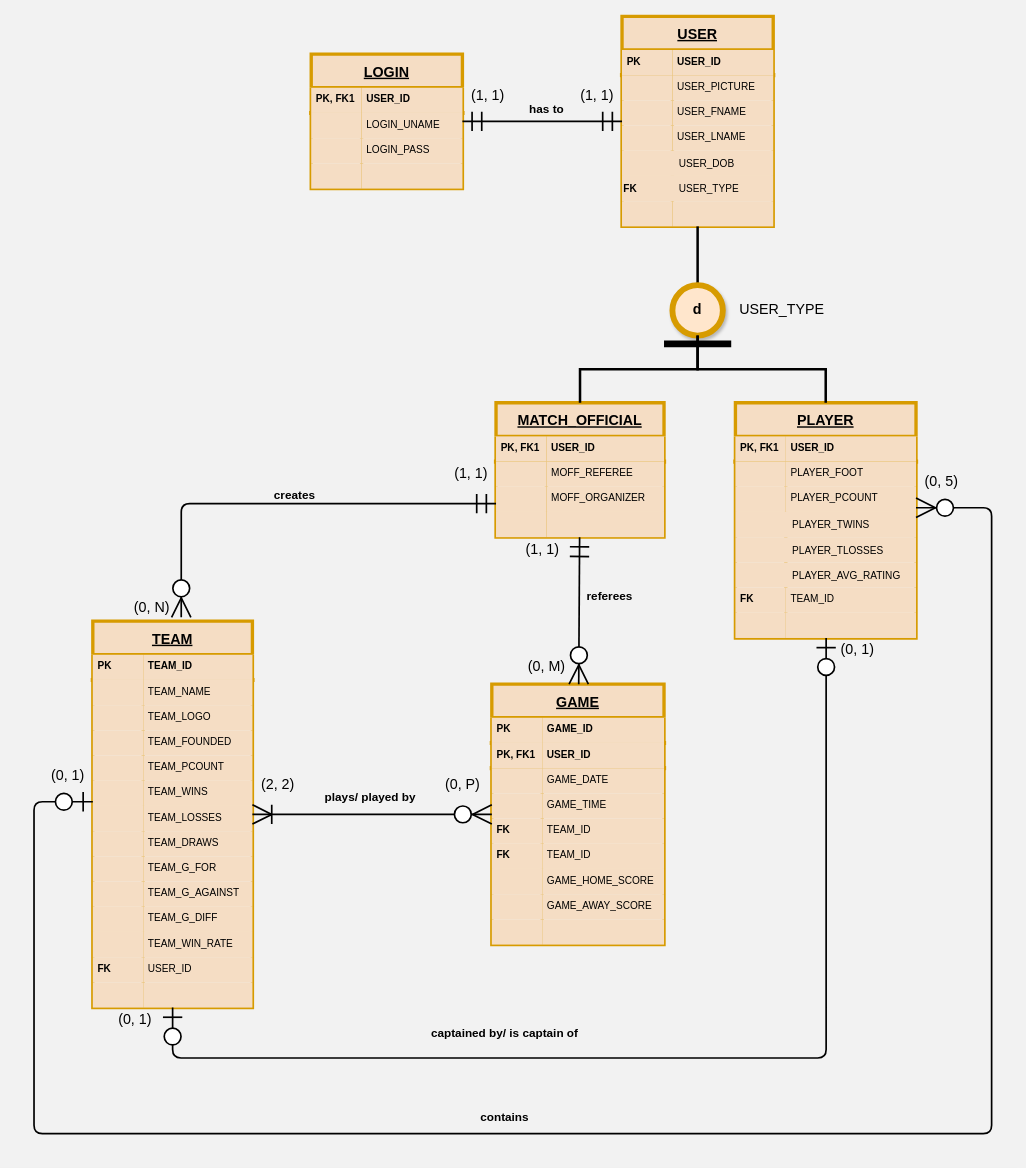
The draw.io diagram ASM ERD - 1st Draft.drawio in moose918/ASM, before the edit. Source tidied: cells renumbered, new cells numbered last; positions are measured from the earlier drawing's top-left corner, leaving out a move shared by most shapes. Both pictures are drawn from the tidied source at 84%, with x=0, y=0 at pixel (34, 16).
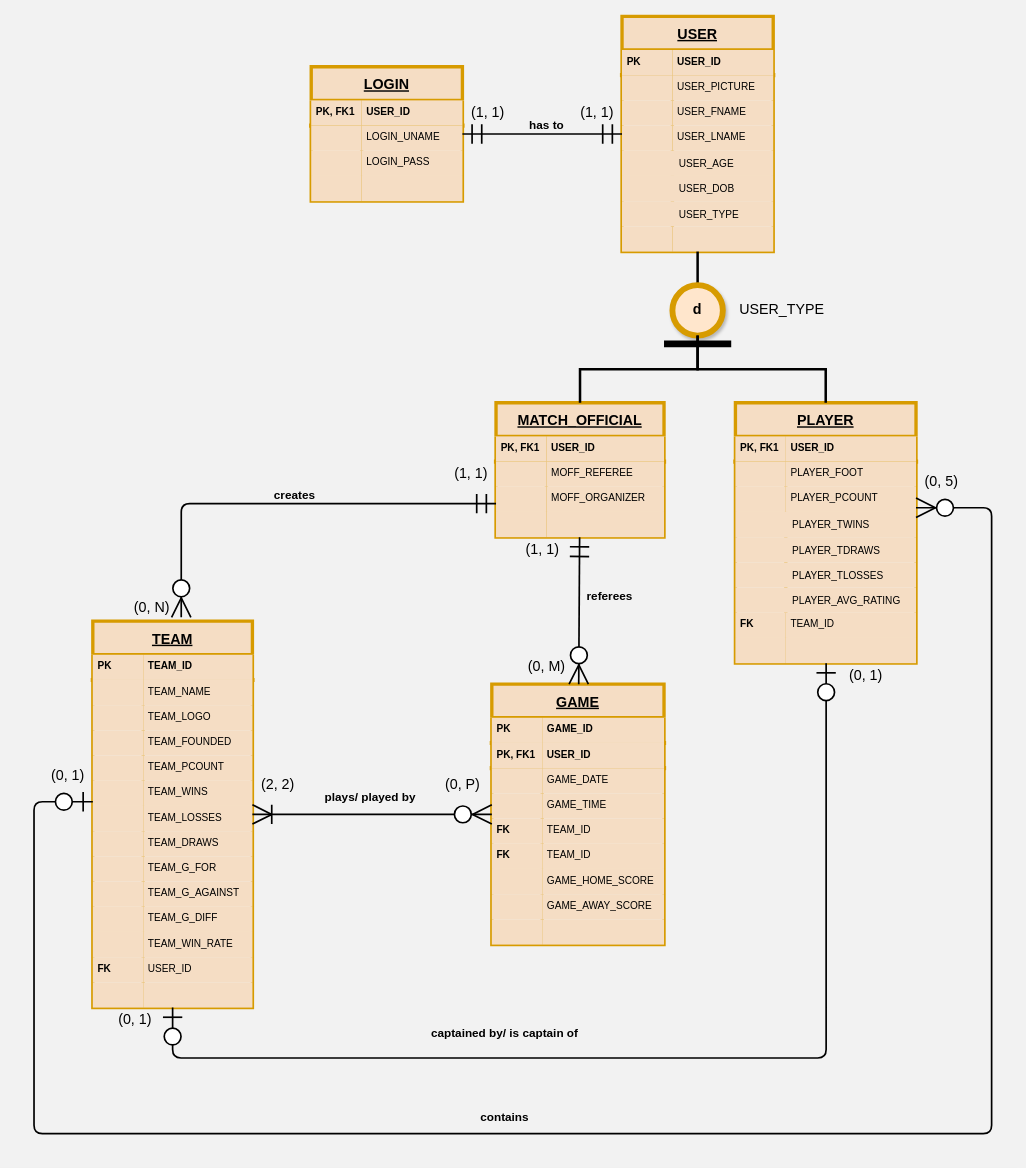
After the change.

Unchanged cells that the change refers to:
```xml
<mxCell id="2" style="group;" parent="1" vertex="1">
  <mxGeometry x="70" width="980" height="1220" as="geometry" />
</mxCell>
```

Change to the diagram source:
```diff
@@
     <mxCell id="3" value="LOGIN" style="shape=table;childLayout=tableLayout;rowLines=0;align=center;fontSize=17;fillColor=#F5DDC4;strokeColor=#d79b00;verticalAlign=middle;spacingLeft=4;spacingRight=4;fontStyle=5;strokeWidth=4;startSize=40;shadow=0;" parent="2" vertex="1">
-      <mxGeometry x="260" y="45" width="180" height="160" as="geometry" />
+      <mxGeometry x="260" y="60" width="180" height="160" as="geometry" />
     </mxCell>
@@
     <mxCell id="16" value="USER" style="shape=table;childLayout=tableLayout;rowLines=0;align=center;fontSize=17;fillColor=#F5DDC4;strokeColor=#d79b00;verticalAlign=middle;spacingLeft=4;spacingRight=4;fontStyle=5;strokeWidth=4;startSize=40;shadow=0;" parent="2" vertex="1">
-      <mxGeometry x="630" width="180" height="250" as="geometry" />
+      <mxGeometry x="630" width="180" height="280" as="geometry" />
     </mxCell>
@@
+    <mxCell id="181" style="shape=partialRectangle;fillColor=#F5DDC4;top=0;left=0;bottom=0;right=0;fontSize=12;strokeColor=#d79b00;align=left;fontStyle=1;verticalAlign=top;spacingLeft=4;spacingRight=4;" parent="16" vertex="1">
+      <mxGeometry y="160" width="180" height="30" as="geometry" />
+    </mxCell>
+    <mxCell id="182" style="shape=partialRectangle;fillColor=none;top=0;left=0;bottom=0;right=0;overflow=hidden;" parent="181" vertex="1">
+      <mxGeometry width="60" height="30" as="geometry" />
+    </mxCell>
+    <mxCell id="183" value="USER_AGE" style="shape=partialRectangle;fillColor=none;top=0;left=0;bottom=0;right=0;align=left;spacingLeft=6;overflow=hidden;" parent="181" vertex="1">
+      <mxGeometry x="60" width="120" height="30" as="geometry" />
+    </mxCell>
     <mxCell id="29" style="shape=partialRectangle;fillColor=#F5DDC4;top=0;left=0;bottom=0;right=0;fontSize=12;strokeColor=#d79b00;align=left;fontStyle=1;verticalAlign=top;spacingLeft=4;spacingRight=4;" parent="16" vertex="1">
-      <mxGeometry y="160" width="180" height="30" as="geometry" />
+      <mxGeometry y="190" width="180" height="30" as="geometry" />
     </mxCell>
@@
     <mxCell id="32" style="shape=partialRectangle;fillColor=#F5DDC4;top=0;left=0;bottom=0;right=0;fontSize=12;strokeColor=#d79b00;align=left;fontStyle=1;verticalAlign=top;spacingLeft=4;spacingRight=4;" parent="16" vertex="1">
-      <mxGeometry y="190" width="180" height="30" as="geometry" />
+      <mxGeometry y="220" width="180" height="30" as="geometry" />
     </mxCell>
-    <mxCell id="33" value="FK" style="shape=partialRectangle;fillColor=none;top=0;left=0;bottom=0;right=0;overflow=hidden;align=left;fontStyle=1;" parent="32" vertex="1">
+    <mxCell id="33" style="shape=partialRectangle;fillColor=none;top=0;left=0;bottom=0;right=0;overflow=hidden;align=left;fontStyle=1;" parent="32" vertex="1">
       <mxGeometry width="60" height="30" as="geometry" />
     </mxCell>
@@
     <mxCell id="35" style="shape=partialRectangle;fillColor=none;top=0;left=0;bottom=0;right=0;" parent="16" vertex="1">
-      <mxGeometry y="220" width="180" height="30" as="geometry" />
+      <mxGeometry y="250" width="180" height="30" as="geometry" />
     </mxCell>
@@
     <mxCell id="56" value="PLAYER" style="shape=table;childLayout=tableLayout;rowLines=0;align=center;fontSize=17;fillColor=#F5DDC4;strokeColor=#d79b00;verticalAlign=middle;spacingLeft=4;spacingRight=4;fontStyle=5;strokeWidth=4;startSize=40;shadow=0;" parent="2" vertex="1">
-      <mxGeometry x="765" y="460" width="215" height="280" as="geometry" />
+      <mxGeometry x="765" y="460" width="215" height="310" as="geometry" />
     </mxCell>
@@
+    <mxCell id="184" style="shape=partialRectangle;fillColor=#F5DDC4;top=0;left=0;bottom=0;right=0;fontSize=12;strokeColor=#d79b00;align=left;fontStyle=1;verticalAlign=top;spacingLeft=4;spacingRight=4;" parent="56" vertex="1">
+      <mxGeometry y="160" width="215" height="30" as="geometry" />
+    </mxCell>
+    <mxCell id="185" style="shape=partialRectangle;fillColor=none;top=0;left=0;bottom=0;right=0;overflow=hidden;" parent="184" vertex="1">
+      <mxGeometry width="60" height="30" as="geometry" />
+    </mxCell>
+    <mxCell id="186" value="PLAYER_TDRAWS" style="shape=partialRectangle;fillColor=none;top=0;left=0;bottom=0;right=0;align=left;spacingLeft=6;overflow=hidden;" parent="184" vertex="1">
+      <mxGeometry x="60" width="155" height="30" as="geometry" />
+    </mxCell>
     <mxCell id="69" style="shape=partialRectangle;fillColor=#F5DDC4;top=0;left=0;bottom=0;right=0;fontSize=12;strokeColor=#d79b00;align=left;fontStyle=1;verticalAlign=top;spacingLeft=4;spacingRight=4;" parent="56" vertex="1">
-      <mxGeometry y="160" width="215" height="30" as="geometry" />
+      <mxGeometry y="190" width="215" height="30" as="geometry" />
     </mxCell>
@@
     <mxCell id="72" style="shape=partialRectangle;fillColor=#F5DDC4;top=0;left=0;bottom=0;right=0;fontSize=12;strokeColor=#d79b00;align=left;fontStyle=1;verticalAlign=top;spacingLeft=4;spacingRight=4;" parent="56" vertex="1">
-      <mxGeometry y="190" width="215" height="30" as="geometry" />
+      <mxGeometry y="220" width="215" height="30" as="geometry" />
     </mxCell>
@@
     <mxCell id="75" style="shape=partialRectangle;fillColor=none;top=0;left=0;bottom=0;right=0;" parent="56" vertex="1">
-      <mxGeometry y="220" width="215" height="30" as="geometry" />
+      <mxGeometry y="250" width="215" height="30" as="geometry" />
     </mxCell>
@@
     <mxCell id="78" style="shape=partialRectangle;fillColor=none;top=0;left=0;bottom=0;right=0;" parent="56" vertex="1">
-      <mxGeometry y="250" width="215" height="30" as="geometry" />
+      <mxGeometry y="280" width="215" height="30" as="geometry" />
     </mxCell>
@@
     <mxCell id="83" style="group;fontStyle=0;" parent="2" vertex="1">
-      <mxGeometry x="440" y="70" width="190" height="50" as="geometry" />
+      <mxGeometry x="440" y="90" width="190" height="50" as="geometry" />
     </mxCell>
@@
     <mxCell id="174" value="(0, 1)" style="text;html=1;align=center;verticalAlign=middle;strokeColor=none;fontSize=17;" parent="2" vertex="1">
-      <mxGeometry x="880" y="740" width="60" height="30" as="geometry" />
+      <mxGeometry x="890" y="770" width="60" height="30" as="geometry" />
     </mxCell>
```
